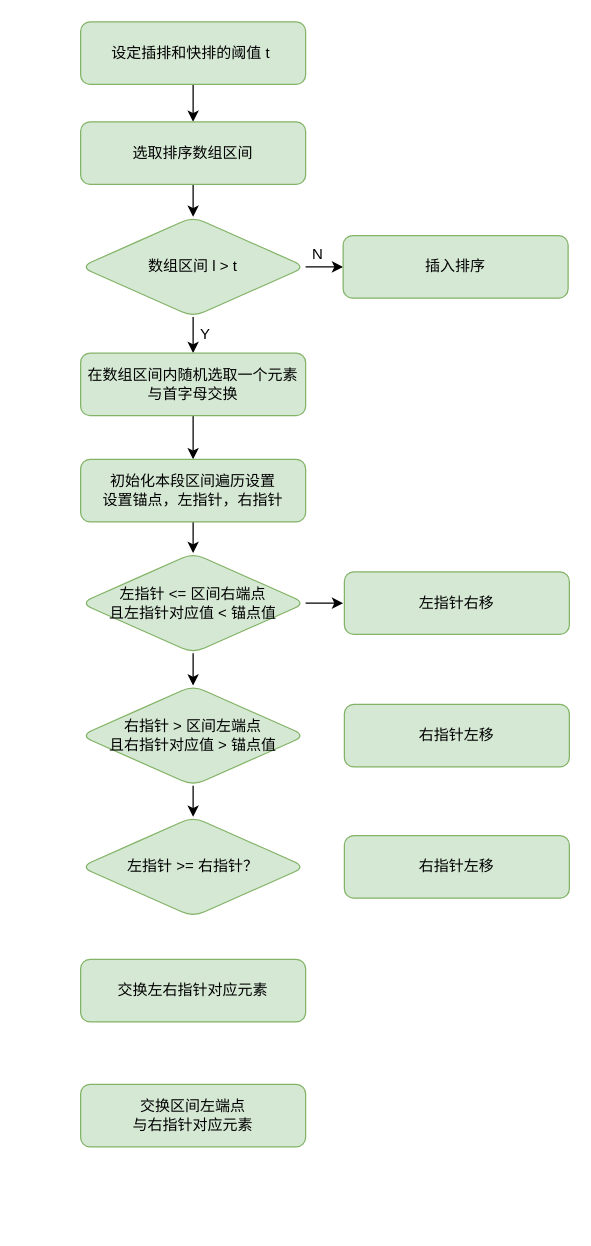
The draw.io diagram 快速排序.drawio in HonyoLAN/telmy, before the edit. Source tidied: cells renumbered, new cells numbered last; positions are measured from the earlier drawing's top-left corner, leaving out a move shared by most shapes. Both pictures are drawn from the tidied source at 125%, with x=0, y=0 at pixel (80, 21).
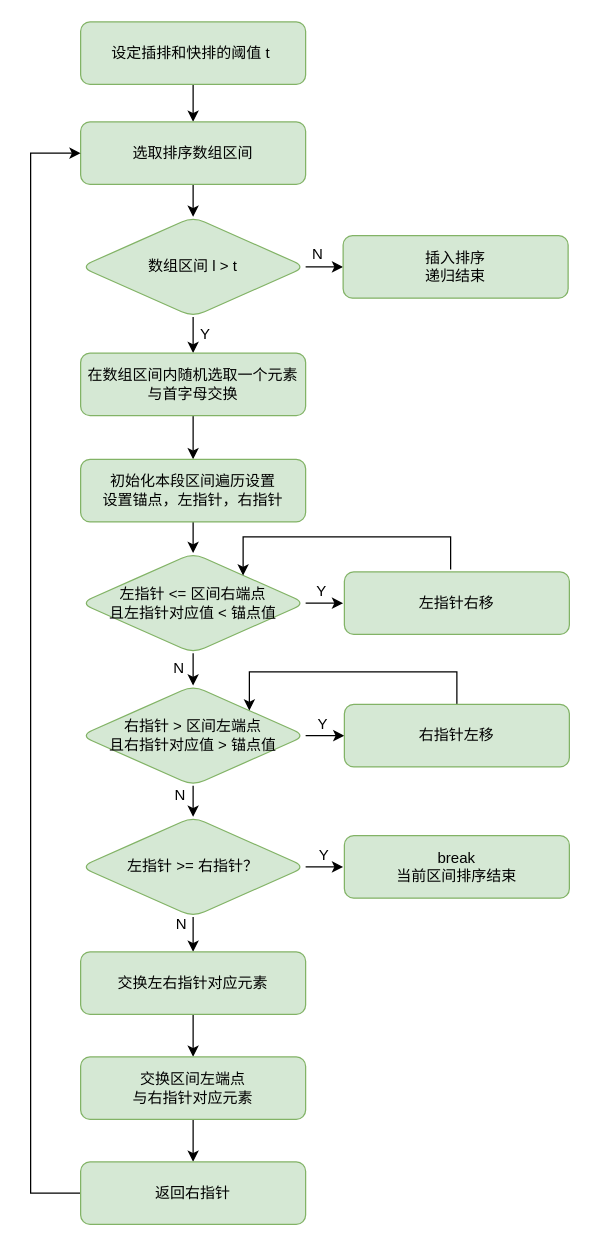
The same page after the edit.

Commit message:
更新快速排序.drawio

Unchanged cells that the change refers to:
```xml
<mxCell id="5" value="选取排序数组区间" style="rounded=1;whiteSpace=wrap;html=1;fillColor=#d5e8d4;strokeColor=#82b366;" parent="1" vertex="1">
  <mxGeometry y="80" width="180" height="50" as="geometry" />
</mxCell>
<mxCell id="21" value="右指针 &amp;gt; 区间左端点&lt;br&gt;且右指针对应值 &amp;gt; 锚点值" style="rhombus;whiteSpace=wrap;html=1;fillColor=#d5e8d4;strokeColor=#82b366;rounded=1;" parent="1" vertex="1">
  <mxGeometry y="531" width="180" height="80" as="geometry" />
</mxCell>
<mxCell id="22" value="右指针左移" style="rounded=1;whiteSpace=wrap;html=1;fillColor=#d5e8d4;strokeColor=#82b366;" parent="1" vertex="1">
  <mxGeometry x="211" y="546" width="180" height="50" as="geometry" />
</mxCell>
<mxCell id="23" value="左指针 &amp;gt;= 右指针？" style="rhombus;whiteSpace=wrap;html=1;fillColor=#d5e8d4;strokeColor=#82b366;rounded=1;" parent="1" vertex="1">
  <mxGeometry y="636" width="180" height="80" as="geometry" />
</mxCell>
```

What changed in the source:
```diff
@@
-    <mxCell id="11" value="插入排序" style="rounded=1;whiteSpace=wrap;html=1;fillColor=#d5e8d4;strokeColor=#82b366;" parent="1" vertex="1">
+    <mxCell id="11" value="插入排序&lt;br&gt;递归结束" style="rounded=1;whiteSpace=wrap;html=1;fillColor=#d5e8d4;strokeColor=#82b366;" parent="1" vertex="1">
       <mxGeometry x="210" y="171" width="180" height="50" as="geometry" />
     </mxCell>
@@
+    <mxCell id="27" style="edgeStyle=orthogonalEdgeStyle;rounded=0;jettySize=auto;html=1;exitX=1;exitY=0.5;exitDx=0;exitDy=0;entryX=0;entryY=0.5;entryDx=0;entryDy=0;" parent="1" edge="1" source="21" target="22">
+      <mxGeometry relative="1" as="geometry" />
+    </mxCell>
@@
+    <mxCell id="28" style="edgeStyle=orthogonalEdgeStyle;rounded=0;jettySize=auto;html=1;exitX=0.5;exitY=0;exitDx=0;exitDy=0;entryX=1;entryY=0;entryDx=0;entryDy=0;" parent="1" edge="1" source="22" target="21">
+      <mxGeometry relative="1" as="geometry">
+        <Array as="points">
+          <mxPoint x="301" y="520" />
+          <mxPoint x="135" y="520" />
+        </Array>
+      </mxGeometry>
+    </mxCell>
@@
+    <mxCell id="29" style="edgeStyle=orthogonalEdgeStyle;rounded=0;jettySize=auto;html=1;exitX=0.5;exitY=1;exitDx=0;exitDy=0;entryX=0.5;entryY=0;entryDx=0;entryDy=0;" parent="1" edge="1" source="23" target="25">
+      <mxGeometry relative="1" as="geometry" />
+    </mxCell>
+    <mxCell id="30" style="edgeStyle=orthogonalEdgeStyle;rounded=0;jettySize=auto;html=1;exitX=1;exitY=0.5;exitDx=0;exitDy=0;" parent="1" edge="1" source="23">
+      <mxGeometry relative="1" as="geometry">
+        <mxPoint x="210" y="676" as="targetPoint" />
+      </mxGeometry>
+    </mxCell>
@@
-    <mxCell id="24" value="右指针左移" style="rounded=1;whiteSpace=wrap;html=1;fillColor=#d5e8d4;strokeColor=#82b366;" parent="1" vertex="1">
-      <mxGeometry x="211" y="651" width="180" height="50" as="geometry" />
-    </mxCell>
+    <mxCell id="31" style="edgeStyle=orthogonalEdgeStyle;rounded=0;jettySize=auto;html=1;exitX=0.5;exitY=1;exitDx=0;exitDy=0;entryX=0.5;entryY=0;entryDx=0;entryDy=0;" parent="1" edge="1" source="25" target="26">
+      <mxGeometry relative="1" as="geometry" />
+    </mxCell>
     <mxCell id="25" value="交换左右指针对应元素" style="rounded=1;whiteSpace=wrap;html=1;fillColor=#d5e8d4;strokeColor=#82b366;" parent="1" vertex="1">
-      <mxGeometry y="750" width="180" height="50" as="geometry" />
+      <mxGeometry y="744" width="180" height="50" as="geometry" />
     </mxCell>
+    <mxCell id="32" style="edgeStyle=orthogonalEdgeStyle;rounded=0;jettySize=auto;html=1;exitX=0.5;exitY=1;exitDx=0;exitDy=0;entryX=0.5;entryY=0;entryDx=0;entryDy=0;" parent="1" edge="1" source="26" target="34">
+      <mxGeometry relative="1" as="geometry" />
+    </mxCell>
     <mxCell id="26" value="交换区间左端点&lt;br&gt;与右指针对应元素" style="rounded=1;whiteSpace=wrap;html=1;fillColor=#d5e8d4;strokeColor=#82b366;" parent="1" vertex="1">
-      <mxGeometry y="850" width="180" height="50" as="geometry" />
+      <mxGeometry y="828" width="180" height="50" as="geometry" />
     </mxCell>
+    <mxCell id="33" style="edgeStyle=orthogonalEdgeStyle;rounded=0;jettySize=auto;html=1;exitX=0;exitY=0.5;exitDx=0;exitDy=0;entryX=0;entryY=0.5;entryDx=0;entryDy=0;" parent="1" edge="1" source="34" target="5">
+      <mxGeometry relative="1" as="geometry">
+        <Array as="points">
+          <mxPoint x="-40" y="937" />
+          <mxPoint x="-40" y="105" />
+        </Array>
+      </mxGeometry>
+    </mxCell>
+    <mxCell id="34" value="返回右指针" style="rounded=1;whiteSpace=wrap;html=1;fillColor=#d5e8d4;strokeColor=#82b366;" parent="1" vertex="1">
+      <mxGeometry y="912" width="180" height="50" as="geometry" />
+    </mxCell>
+    <mxCell id="35" value="Y" style="text;html=1;strokeColor=none;fillColor=none;align=center;verticalAlign=middle;whiteSpace=wrap;rounded=0;" parent="1" vertex="1">
+      <mxGeometry x="176" y="443" width="34" height="25" as="geometry" />
+    </mxCell>
+    <mxCell id="36" value="Y" style="text;html=1;strokeColor=none;fillColor=none;align=center;verticalAlign=middle;whiteSpace=wrap;rounded=0;" parent="1" vertex="1">
+      <mxGeometry x="177" y="549" width="34" height="25" as="geometry" />
+    </mxCell>
+    <mxCell id="37" style="edgeStyle=orthogonalEdgeStyle;rounded=0;orthogonalLoop=1;jettySize=auto;html=1;exitX=0.5;exitY=0;exitDx=0;exitDy=0;entryX=1;entryY=0;entryDx=0;entryDy=0;" parent="1" edge="1">
+      <mxGeometry relative="1" as="geometry">
+        <mxPoint x="296" y="438" as="sourcePoint" />
+        <mxPoint x="130" y="443" as="targetPoint" />
+        <Array as="points">
+          <mxPoint x="296" y="412" />
+          <mxPoint x="130" y="412" />
+        </Array>
+      </mxGeometry>
+    </mxCell>
+    <mxCell id="38" value="N" style="text;html=1;strokeColor=none;fillColor=none;align=center;verticalAlign=middle;whiteSpace=wrap;rounded=0;" parent="1" vertex="1">
+      <mxGeometry x="62" y="504" width="34" height="25" as="geometry" />
+    </mxCell>
+    <mxCell id="39" value="N" style="text;html=1;strokeColor=none;fillColor=none;align=center;verticalAlign=middle;whiteSpace=wrap;rounded=0;" parent="1" vertex="1">
+      <mxGeometry x="63" y="606" width="34" height="25" as="geometry" />
+    </mxCell>
+    <mxCell id="40" value="N" style="text;html=1;strokeColor=none;fillColor=none;align=center;verticalAlign=middle;whiteSpace=wrap;rounded=0;" parent="1" vertex="1">
+      <mxGeometry x="64" y="709" width="34" height="25" as="geometry" />
+    </mxCell>
+    <mxCell id="41" value="break&lt;br&gt;当前区间排序结束" style="rounded=1;whiteSpace=wrap;html=1;fillColor=#d5e8d4;strokeColor=#82b366;" parent="1" vertex="1">
+      <mxGeometry x="211" y="651" width="180" height="50" as="geometry" />
+    </mxCell>
+    <mxCell id="42" value="Y" style="text;html=1;strokeColor=none;fillColor=none;align=center;verticalAlign=middle;whiteSpace=wrap;rounded=0;" parent="1" vertex="1">
+      <mxGeometry x="178" y="654" width="34" height="25" as="geometry" />
+    </mxCell>
```
